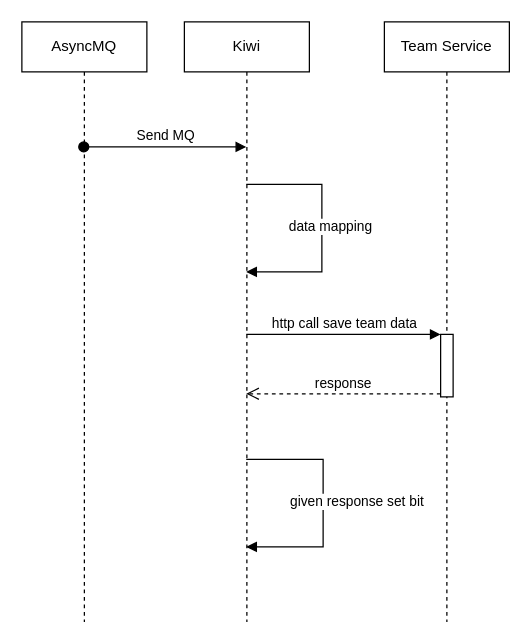
This is team migration phase 2.drawio from fengyouliang/drawio, a draw.io file, before an edit. Source tidied: cells renumbered, new cells numbered last; positions are measured from the earlier drawing's top-left corner, leaving out a move shared by most shapes. Both pictures are drawn from the tidied source at 125%, with x=0, y=0 at pixel (21, 21).
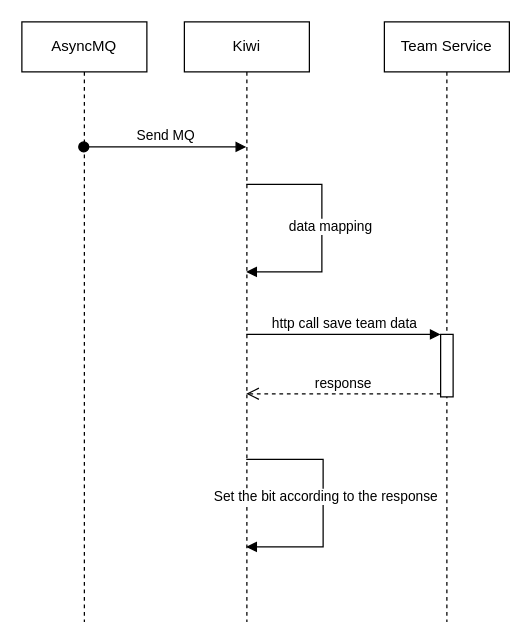
The same diagram, later.

Change to the diagram source:
```diff
@@
 <mxGraphModel>
   <root>
     <mxCell id="0" />
     <mxCell id="1" parent="0" />
     <mxCell id="2" value="AsyncMQ" style="shape=umlLifeline;perimeter=lifelinePerimeter;whiteSpace=wrap;html=1;outlineConnect=0;" parent="1" vertex="1">
       <mxGeometry width="100" height="480" as="geometry" />
     </mxCell>
     <mxCell id="3" value="Kiwi" style="shape=umlLifeline;perimeter=lifelinePerimeter;whiteSpace=wrap;html=1;outlineConnect=0;" parent="1" vertex="1">
       <mxGeometry x="130" width="100" height="480" as="geometry" />
     </mxCell>
     <mxCell id="4" value="Team Service" style="shape=umlLifeline;perimeter=lifelinePerimeter;whiteSpace=wrap;html=1;" parent="1" vertex="1">
       <mxGeometry x="290" width="100" height="480" as="geometry" />
     </mxCell>
     <mxCell id="5" style="html=1;points=[];perimeter=orthogonalPerimeter;" parent="4" vertex="1">
       <mxGeometry x="45" y="250" width="10" height="50" as="geometry" />
     </mxCell>
     <mxCell id="6" value="Send MQ" style="html=1;verticalAlign=bottom;startArrow=oval;startFill=1;endArrow=block;startSize=8;rounded=0;" parent="1" edge="1" source="2" target="3">
       <mxGeometry relative="1" as="geometry">
         <Array as="points">
           <mxPoint x="100" y="100" />
         </Array>
       </mxGeometry>
     </mxCell>
     <mxCell id="7" value="data mapping" style="edgeStyle=orthogonalEdgeStyle;html=1;align=left;spacingLeft=2;endArrow=block;rounded=0;" parent="1" edge="1" source="3" target="3">
       <mxGeometry x="-0.03" y="-30" relative="1" as="geometry">
         <Array as="points">
           <mxPoint x="240" y="130" />
           <mxPoint x="240" y="200" />
         </Array>
         <mxPoint y="1" as="offset" />
       </mxGeometry>
     </mxCell>
     <mxCell id="8" value="http call save team data" style="html=1;verticalAlign=bottom;endArrow=block;entryX=0;entryY=0;rounded=0;" parent="1" edge="1" source="3" target="5">
       <mxGeometry relative="1" as="geometry" />
     </mxCell>
     <mxCell id="9" value="response" style="html=1;verticalAlign=bottom;endArrow=open;dashed=1;endSize=8;exitX=0;exitY=0.95;rounded=0;" parent="1" edge="1" source="5" target="3">
       <mxGeometry relative="1" as="geometry" />
     </mxCell>
-    <mxCell id="10" value="given response set bit" style="edgeStyle=orthogonalEdgeStyle;html=1;align=left;spacingLeft=2;endArrow=block;rounded=0;" parent="1" edge="1" source="3" target="3">
-      <mxGeometry x="-0.03" y="-30" relative="1" as="geometry">
+    <mxCell id="10" value="Set the bit according to the response" style="edgeStyle=orthogonalEdgeStyle;html=1;align=left;spacingLeft=2;endArrow=block;rounded=0;" parent="1" edge="1" source="3" target="3">
+      <mxGeometry x="-1" y="-42" relative="1" as="geometry">
         <Array as="points">
           <mxPoint x="241" y="350" />
           <mxPoint x="241" y="420" />
         </Array>
-        <mxPoint y="1" as="offset" />
+        <mxPoint x="-30" y="-12" as="offset" />
       </mxGeometry>
     </mxCell>
   </root>
 </mxGraphModel>
```
